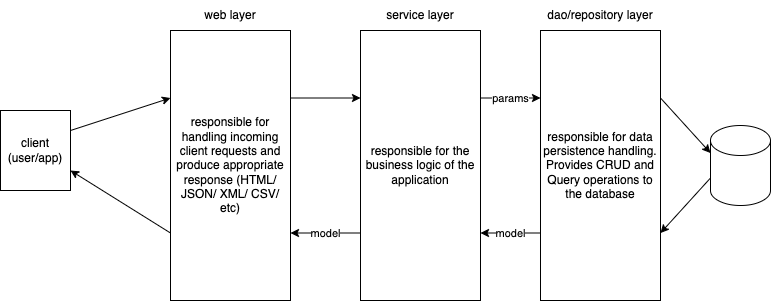
vinod-kayartaya/EV_FLASK_OCT_2022 keeps this draw.io diagram as flask-projects/flask-sqlite/concepts.dio.png. Above is the earlier version. Source tidied: cells renumbered, new cells last; positions are measured from the earlier drawing's top-left corner, leaving out a move shared by most shapes. Its diagram source:
```xml
<mxGraphModel>
  <root>
    <mxCell id="0" />
    <mxCell id="1" parent="0" />
    <mxCell id="2" style="edgeStyle=none;html=1;exitX=1;exitY=0.25;exitDx=0;exitDy=0;entryX=0;entryY=0.25;entryDx=0;entryDy=0;" parent="1" edge="1" source="4" target="8">
      <mxGeometry relative="1" as="geometry" />
    </mxCell>
    <mxCell id="3" style="edgeStyle=none;html=1;exitX=0;exitY=0.75;exitDx=0;exitDy=0;entryX=1;entryY=0.75;entryDx=0;entryDy=0;" parent="1" edge="1" source="4" target="15">
      <mxGeometry relative="1" as="geometry" />
    </mxCell>
    <mxCell id="4" value="responsible for handling incoming client requests and produce appropriate response (HTML/ JSON/ XML/ CSV/ etc)" style="rounded=0;whiteSpace=wrap;html=1;" parent="1" vertex="1">
      <mxGeometry x="170" y="30" width="120" height="270" as="geometry" />
    </mxCell>
    <mxCell id="5" value="web layer" style="text;html=1;strokeColor=none;fillColor=none;align=center;verticalAlign=middle;whiteSpace=wrap;rounded=0;" parent="1" vertex="1">
      <mxGeometry x="170" width="120" height="30" as="geometry" />
    </mxCell>
    <mxCell id="6" value="params" style="edgeStyle=none;html=1;exitX=1;exitY=0.25;exitDx=0;exitDy=0;entryX=0;entryY=0.25;entryDx=0;entryDy=0;" parent="1" edge="1" source="8" target="12">
      <mxGeometry relative="1" as="geometry" />
    </mxCell>
    <mxCell id="7" value="model" style="edgeStyle=none;html=1;exitX=0;exitY=0.75;exitDx=0;exitDy=0;entryX=1;entryY=0.75;entryDx=0;entryDy=0;" parent="1" edge="1" source="8" target="4">
      <mxGeometry relative="1" as="geometry" />
    </mxCell>
    <mxCell id="8" value="responsible for the business logic of the application" style="rounded=0;whiteSpace=wrap;html=1;" parent="1" vertex="1">
      <mxGeometry x="360" y="30" width="120" height="270" as="geometry" />
    </mxCell>
    <mxCell id="9" value="service layer" style="text;html=1;strokeColor=none;fillColor=none;align=center;verticalAlign=middle;whiteSpace=wrap;rounded=0;" parent="1" vertex="1">
      <mxGeometry x="360" width="120" height="30" as="geometry" />
    </mxCell>
    <mxCell id="10" style="edgeStyle=none;html=1;exitX=1;exitY=0.25;exitDx=0;exitDy=0;entryX=0;entryY=0;entryDx=0;entryDy=27.5;entryPerimeter=0;" parent="1" edge="1" source="12" target="17">
      <mxGeometry relative="1" as="geometry" />
    </mxCell>
    <mxCell id="11" value="model" style="edgeStyle=none;html=1;exitX=0;exitY=0.75;exitDx=0;exitDy=0;entryX=1;entryY=0.75;entryDx=0;entryDy=0;" parent="1" edge="1" source="12" target="8">
      <mxGeometry relative="1" as="geometry" />
    </mxCell>
    <mxCell id="12" value="responsible for data persistence handling. Provides CRUD and Query operations to the database" style="rounded=0;whiteSpace=wrap;html=1;" parent="1" vertex="1">
      <mxGeometry x="540" y="30" width="120" height="270" as="geometry" />
    </mxCell>
    <mxCell id="13" value="dao/repository layer" style="text;html=1;strokeColor=none;fillColor=none;align=center;verticalAlign=middle;whiteSpace=wrap;rounded=0;" parent="1" vertex="1">
      <mxGeometry x="540" width="120" height="30" as="geometry" />
    </mxCell>
    <mxCell id="14" style="edgeStyle=none;html=1;exitX=1;exitY=0.25;exitDx=0;exitDy=0;entryX=0;entryY=0.25;entryDx=0;entryDy=0;" parent="1" edge="1" source="15" target="4">
      <mxGeometry relative="1" as="geometry" />
    </mxCell>
    <mxCell id="15" value="client&lt;br&gt;(user/app)" style="rounded=0;whiteSpace=wrap;html=1;" parent="1" vertex="1">
      <mxGeometry y="110" width="70" height="80" as="geometry" />
    </mxCell>
    <mxCell id="16" style="edgeStyle=none;html=1;exitX=0;exitY=0;exitDx=0;exitDy=52.5;exitPerimeter=0;entryX=1;entryY=0.75;entryDx=0;entryDy=0;" parent="1" edge="1" source="17" target="12">
      <mxGeometry relative="1" as="geometry" />
    </mxCell>
    <mxCell id="17" style="shape=cylinder3;whiteSpace=wrap;html=1;boundedLbl=1;backgroundOutline=1;size=15;" parent="1" vertex="1">
      <mxGeometry x="710" y="125" width="60" height="80" as="geometry" />
    </mxCell>
  </root>
</mxGraphModel>
```
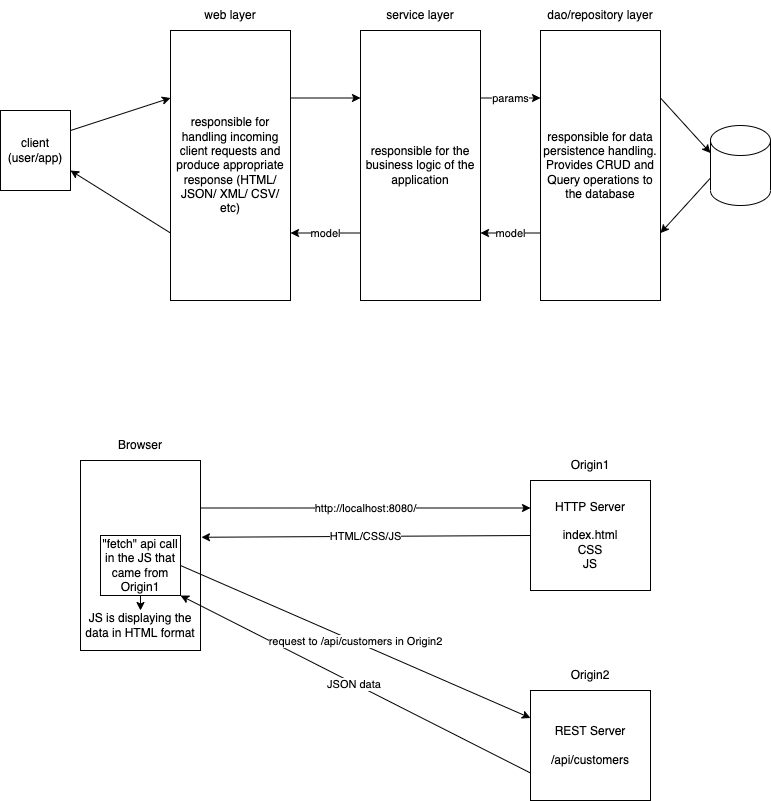
The same file after the commit.

Diff of the diagram source:
```diff
@@ -50,5 +50,44 @@
     <mxCell id="17" style="shape=cylinder3;whiteSpace=wrap;html=1;boundedLbl=1;backgroundOutline=1;size=15;" parent="1" vertex="1">
       <mxGeometry x="710" y="125" width="60" height="80" as="geometry" />
     </mxCell>
+    <mxCell id="18" value="http://localhost:8080/" style="edgeStyle=none;html=1;exitX=1;exitY=0.25;exitDx=0;exitDy=0;entryX=0;entryY=0.25;entryDx=0;entryDy=0;" parent="1" edge="1" source="19" target="23">
+      <mxGeometry relative="1" as="geometry" />
+    </mxCell>
+    <mxCell id="19" style="rounded=0;whiteSpace=wrap;html=1;" parent="1" vertex="1">
+      <mxGeometry x="80" y="460" width="120" height="190" as="geometry" />
+    </mxCell>
+    <mxCell id="20" value="Browser" style="text;html=1;strokeColor=none;fillColor=none;align=center;verticalAlign=middle;whiteSpace=wrap;rounded=0;" parent="1" vertex="1">
+      <mxGeometry x="110" y="430" width="60" height="30" as="geometry" />
+    </mxCell>
+    <mxCell id="21" value="HTML/CSS/JS" style="edgeStyle=none;html=1;exitX=0;exitY=0.5;exitDx=0;exitDy=0;entryX=1.008;entryY=0.404;entryDx=0;entryDy=0;entryPerimeter=0;" parent="1" edge="1" source="23" target="19">
+      <mxGeometry relative="1" as="geometry" />
+    </mxCell>
+    <mxCell id="22" value="JSON data&amp;nbsp;" style="edgeStyle=none;html=1;exitX=0;exitY=0.75;exitDx=0;exitDy=0;entryX=1;entryY=1;entryDx=0;entryDy=0;" parent="1" edge="1" source="29" target="26">
+      <mxGeometry relative="1" as="geometry" />
+    </mxCell>
+    <mxCell id="23" value="HTTP Server&lt;br&gt;&lt;br&gt;index.html&lt;br&gt;CSS&lt;br&gt;JS" style="rounded=0;whiteSpace=wrap;html=1;" parent="1" vertex="1">
+      <mxGeometry x="530" y="480" width="120" height="110" as="geometry" />
+    </mxCell>
+    <mxCell id="24" value="request to /api/customers in Origin2" style="edgeStyle=none;html=1;exitX=1;exitY=0.5;exitDx=0;exitDy=0;entryX=0;entryY=0.25;entryDx=0;entryDy=0;" parent="1" edge="1" source="26" target="29">
+      <mxGeometry relative="1" as="geometry" />
+    </mxCell>
+    <mxCell id="25" style="edgeStyle=none;html=1;exitX=0.5;exitY=1;exitDx=0;exitDy=0;entryX=0.5;entryY=0;entryDx=0;entryDy=0;" parent="1" edge="1" source="26" target="28">
+      <mxGeometry relative="1" as="geometry" />
+    </mxCell>
+    <mxCell id="26" value="&quot;fetch&quot; api call in the JS that came from Origin1" style="rounded=0;whiteSpace=wrap;html=1;" parent="1" vertex="1">
+      <mxGeometry x="100" y="535" width="80" height="60" as="geometry" />
+    </mxCell>
+    <mxCell id="27" value="Origin1" style="text;html=1;strokeColor=none;fillColor=none;align=center;verticalAlign=middle;whiteSpace=wrap;rounded=0;" parent="1" vertex="1">
+      <mxGeometry x="560" y="450" width="60" height="30" as="geometry" />
+    </mxCell>
+    <mxCell id="28" value="JS is displaying the data in HTML format" style="text;html=1;strokeColor=none;fillColor=none;align=center;verticalAlign=middle;whiteSpace=wrap;rounded=0;" parent="1" vertex="1">
+      <mxGeometry x="80" y="610" width="120" height="30" as="geometry" />
+    </mxCell>
+    <mxCell id="29" value="REST Server&lt;br&gt;&lt;br&gt;/api/customers" style="rounded=0;whiteSpace=wrap;html=1;" parent="1" vertex="1">
+      <mxGeometry x="530" y="690" width="120" height="110" as="geometry" />
+    </mxCell>
+    <mxCell id="30" value="Origin2" style="text;html=1;strokeColor=none;fillColor=none;align=center;verticalAlign=middle;whiteSpace=wrap;rounded=0;" parent="1" vertex="1">
+      <mxGeometry x="560" y="660" width="60" height="30" as="geometry" />
+    </mxCell>
   </root>
 </mxGraphModel>
```
